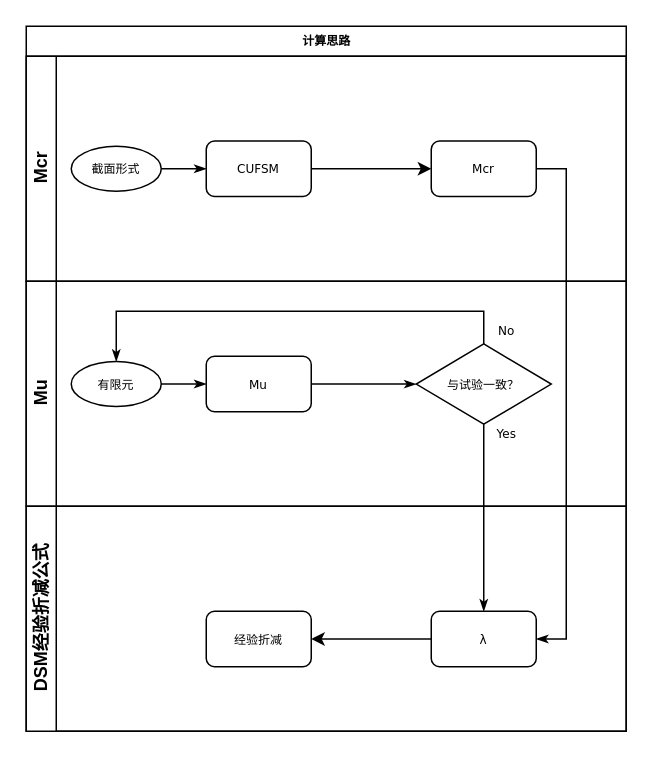
This is 未命名绘图.drawio from budaniao88/PINNs, a draw.io file, before an edit. Source tidied: cells renumbered, new cells numbered last; positions are measured from the earlier drawing's top-left corner, leaving out a move shared by most shapes. Both pictures are drawn from the tidied source at 150%, with x=0, y=0 at pixel (26, 26).
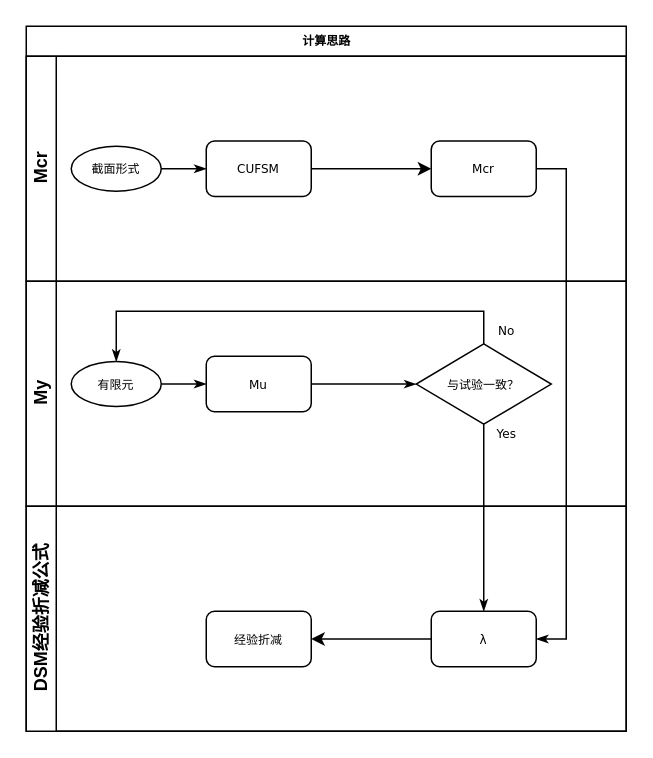
Above is the later version.

Commit message:
更新未命名绘图.drawio

Unchanged cells that the change refers to:
```xml
<mxCell id="2" value="计算思路" style="swimlane;html=1;horizontal=1;startSize=20;rounded=0;shadow=0;labelBackgroundColor=none;strokeWidth=1;fontFamily=Verdana;fontSize=8;align=center;" parent="1" vertex="1">
  <mxGeometry width="400" height="470" as="geometry" />
</mxCell>
```

The edit, as a diff of the source:
```diff
@@
-    <mxCell id="9" value="Mu" style="swimlane;html=1;startSize=20;horizontal=0;" parent="2" vertex="1">
+    <mxCell id="9" value="My" style="swimlane;html=1;startSize=20;horizontal=0;" parent="2" vertex="1">
       <mxGeometry y="170" width="400" height="150" as="geometry" />
     </mxCell>
```
